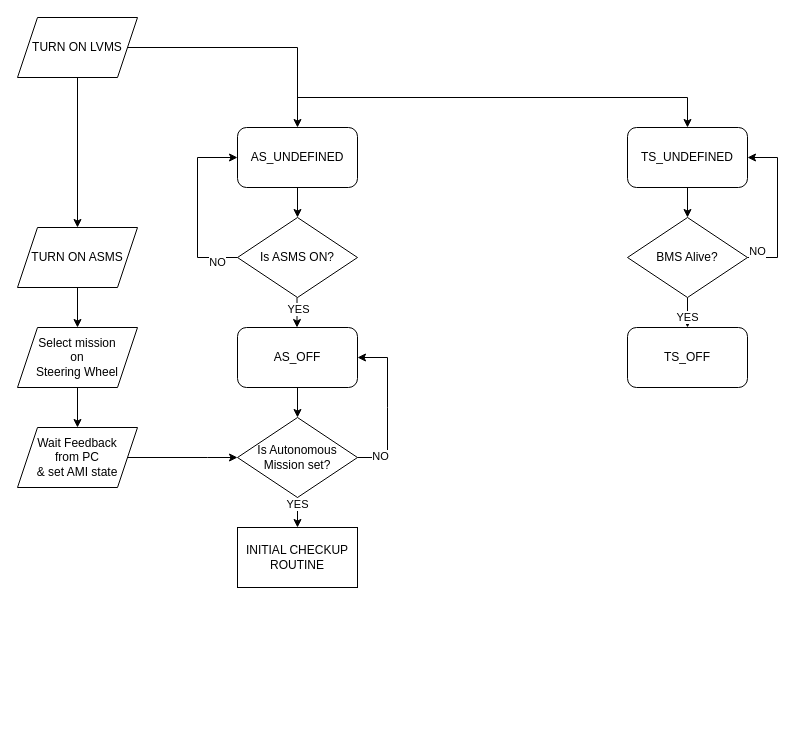
The draw.io diagram Diagramma senza titolo.drawio in carloFerr/carloFerr, before the edit. Source tidied: cells renumbered, new cells numbered last; positions are measured from the earlier drawing's top-left corner, leaving out a move shared by most shapes. Both pictures are drawn from the tidied source at 100%, with x=0, y=0 at pixel (17, 17).
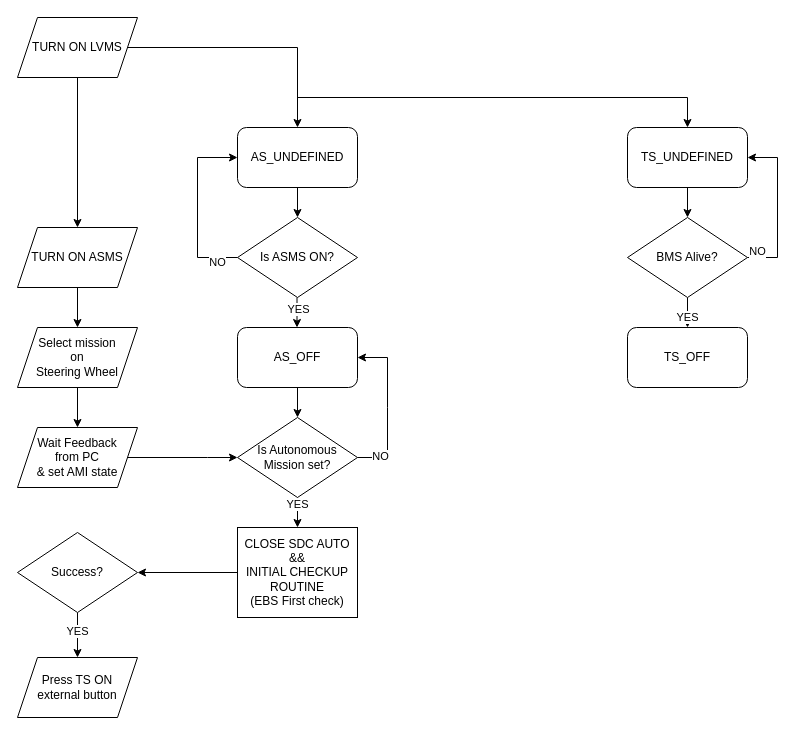
After the change.

Commit message:
Parallelo macchina AS e TS.drawio

The edit, as a diff of the source:
```diff
@@
+    <mxCell id="35" style="edgeStyle=orthogonalEdgeStyle;rounded=0;jettySize=auto;html=1;" parent="1" edge="1" source="34" target="39">
+      <mxGeometry relative="1" as="geometry" />
+    </mxCell>
-    <mxCell id="34" value="INITIAL CHECKUP ROUTINE" style="rounded=0;whiteSpace=wrap;html=1;" parent="1" vertex="1">
-      <mxGeometry x="220" y="510" width="120" height="60" as="geometry" />
+    <mxCell id="34" value="CLOSE SDC AUTO&lt;br&gt;&amp;amp;&amp;amp;&lt;br&gt;INITIAL CHECKUP ROUTINE&lt;br&gt;(EBS First check)" style="rounded=0;whiteSpace=wrap;html=1;" parent="1" vertex="1">
+      <mxGeometry x="220" y="510" width="120" height="90" as="geometry" />
     </mxCell>
+    <mxCell id="36" value="Press TS ON&lt;br&gt;external button" style="shape=parallelogram;perimeter=parallelogramPerimeter;whiteSpace=wrap;html=1;fixedSize=1;" parent="1" vertex="1">
+      <mxGeometry y="640" width="120" height="60" as="geometry" />
+    </mxCell>
+    <mxCell id="37" style="edgeStyle=orthogonalEdgeStyle;rounded=0;jettySize=auto;html=1;" parent="1" edge="1" source="39" target="36">
+      <mxGeometry relative="1" as="geometry" />
+    </mxCell>
+    <mxCell id="38" value="YES" style="edgeLabel;html=1;align=center;verticalAlign=middle;" parent="37" vertex="1">
+      <mxGeometry x="-0.22" y="-1" relative="1" as="geometry" />
+    </mxCell>
+    <mxCell id="39" value="Success?" style="rhombus;whiteSpace=wrap;html=1;" parent="1" vertex="1">
+      <mxGeometry y="515" width="120" height="80" as="geometry" />
+    </mxCell>
```
